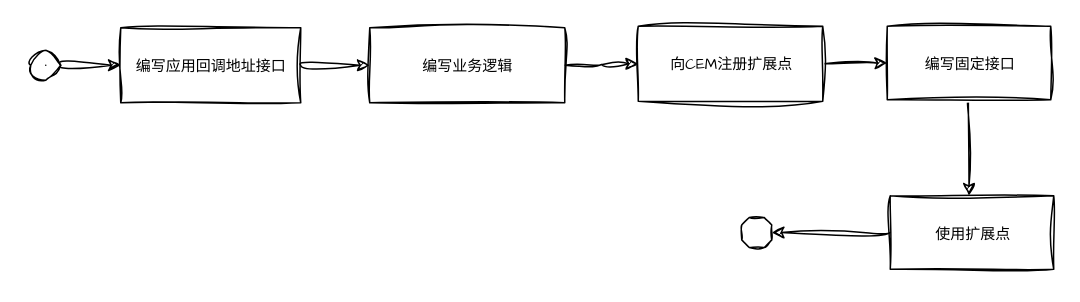
The draw.io diagram image/未命名绘图.drawio in xk11961677/other, before the edit. Source tidied: cells renumbered, new cells numbered last; positions are measured from the earlier drawing's top-left corner, leaving out a move shared by most shapes. Both pictures are drawn from the tidied source at 150%, with x=0, y=0 at pixel (30, 26).
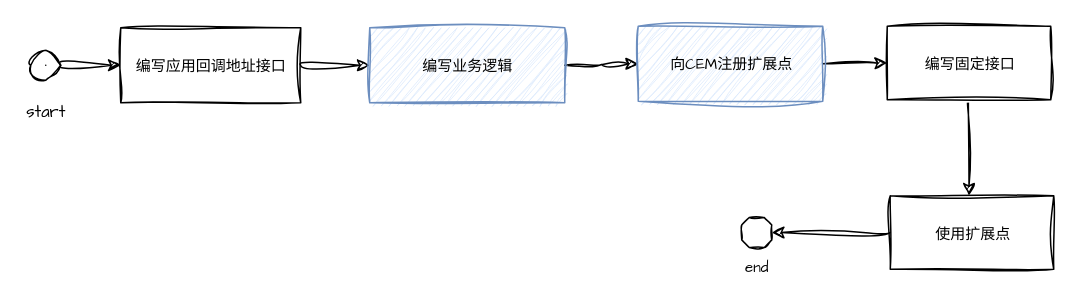
Above is the later version.

Commit message:
更新未命名绘图.drawio

The edit, as a diff of the source:
```diff
@@
 <mxGraphModel>
   <root>
     <mxCell id="0" />
     <mxCell id="1" parent="0" />
     <mxCell id="2" style="edgeStyle=orthogonalEdgeStyle;rounded=0;sketch=1;hachureGap=4;jiggle=2;jettySize=auto;html=1;fontFamily=Architects Daughter;fontSize=10;curved=1;" parent="1" edge="1" source="3" target="5">
       <mxGeometry relative="1" as="geometry" />
     </mxCell>
-    <mxCell id="3" style="verticalLabelPosition=bottom;verticalAlign=top;html=1;shape=mxgraph.basic.donut;dx=25;sketch=1;hachureGap=4;jiggle=2;fontFamily=Architects Daughter;fontSize=20;rounded=0;" parent="1" vertex="1">
+    <mxCell id="3" value="&lt;font style=&quot;font-size: 11px;&quot;&gt;start&lt;/font&gt;" style="verticalLabelPosition=bottom;verticalAlign=top;html=1;shape=mxgraph.basic.donut;dx=25;sketch=1;hachureGap=4;jiggle=2;fontFamily=Architects Daughter;fontSize=20;rounded=0;" parent="1" vertex="1">
       <mxGeometry y="16" width="20" height="20" as="geometry" />
     </mxCell>
     <mxCell id="4" style="edgeStyle=orthogonalEdgeStyle;rounded=0;sketch=1;hachureGap=4;jiggle=2;jettySize=auto;html=1;fontFamily=Architects Daughter;fontSize=10;curved=1;" parent="1" edge="1" source="5" target="7">
       <mxGeometry relative="1" as="geometry" />
     </mxCell>
     <mxCell id="5" value="编写应用回调地址接口" style="verticalLabelPosition=middle;verticalAlign=middle;html=1;shape=mxgraph.basic.rect;fillColor2=none;strokeWidth=1;size=20;indent=5;sketch=1;hachureGap=4;jiggle=2;fontFamily=Architects Daughter;fontSize=10;labelPosition=center;align=center;rounded=0;" parent="1" vertex="1">
       <mxGeometry x="60" y="1" width="120" height="50" as="geometry" />
     </mxCell>
     <mxCell id="6" style="edgeStyle=orthogonalEdgeStyle;rounded=0;sketch=1;hachureGap=4;jiggle=2;jettySize=auto;html=1;fontFamily=Architects Daughter;fontSize=10;curved=1;" parent="1" edge="1" source="7" target="9">
       <mxGeometry relative="1" as="geometry" />
     </mxCell>
-    <mxCell id="7" value="编写业务逻辑" style="verticalLabelPosition=middle;verticalAlign=middle;html=1;shape=mxgraph.basic.rect;fillColor2=none;strokeWidth=1;size=20;indent=5;sketch=1;hachureGap=4;jiggle=2;fontFamily=Architects Daughter;fontSize=10;labelPosition=center;align=center;rounded=0;" parent="1" vertex="1">
+    <mxCell id="7" value="编写业务逻辑" style="verticalLabelPosition=middle;verticalAlign=middle;html=1;shape=mxgraph.basic.rect;fillColor2=none;strokeWidth=1;size=20;indent=5;sketch=1;hachureGap=4;jiggle=2;fontFamily=Architects Daughter;fontSize=10;labelPosition=center;align=center;rounded=0;fillColor=#dae8fc;strokeColor=#6c8ebf;" parent="1" vertex="1">
       <mxGeometry x="226" y="1" width="130" height="50" as="geometry" />
     </mxCell>
     <mxCell id="8" style="edgeStyle=orthogonalEdgeStyle;curved=1;sketch=1;hachureGap=4;jiggle=2;jettySize=auto;html=1;fontFamily=Architects Daughter;fontSize=10;" parent="1" edge="1" source="9" target="14">
       <mxGeometry relative="1" as="geometry" />
     </mxCell>
-    <mxCell id="9" value="向CEM注册扩展点" style="verticalLabelPosition=middle;verticalAlign=middle;html=1;shape=mxgraph.basic.rect;fillColor2=none;strokeWidth=1;size=20;indent=5;sketch=1;hachureGap=4;jiggle=2;fontFamily=Architects Daughter;fontSize=10;labelPosition=center;align=center;rounded=0;" parent="1" vertex="1">
+    <mxCell id="9" value="向CEM注册扩展点" style="verticalLabelPosition=middle;verticalAlign=middle;html=1;shape=mxgraph.basic.rect;fillColor2=none;strokeWidth=1;size=20;indent=5;sketch=1;hachureGap=4;jiggle=2;fontFamily=Architects Daughter;fontSize=10;labelPosition=center;align=center;rounded=0;fillColor=#dae8fc;strokeColor=#6c8ebf;" parent="1" vertex="1">
       <mxGeometry x="405" width="123" height="50" as="geometry" />
     </mxCell>
     <mxCell id="10" style="edgeStyle=orthogonalEdgeStyle;curved=1;sketch=1;hachureGap=4;jiggle=2;jettySize=auto;html=1;fontFamily=Architects Daughter;fontSize=10;" parent="1" edge="1" source="11" target="12">
       <mxGeometry relative="1" as="geometry" />
     </mxCell>
     <mxCell id="11" value="使用扩展点" style="verticalLabelPosition=middle;verticalAlign=middle;html=1;shape=mxgraph.basic.rect;fillColor2=none;strokeWidth=1;size=20;indent=5;sketch=1;hachureGap=4;jiggle=2;fontFamily=Architects Daughter;fontSize=10;labelPosition=center;align=center;rounded=0;" parent="1" vertex="1">
       <mxGeometry x="573" y="113" width="109" height="49" as="geometry" />
     </mxCell>
-    <mxCell id="12" style="verticalLabelPosition=bottom;verticalAlign=top;html=1;shape=mxgraph.basic.polygon;polyCoords=[[0.25,0],[0.75,0],[1,0.25],[1,0.75],[0.75,1],[0.25,1],[0,0.75],[0,0.25]];polyline=0;sketch=1;hachureGap=4;jiggle=2;fontFamily=Architects Daughter;fontSize=10;rounded=0;" parent="1" vertex="1">
+    <mxCell id="12" value="end" style="verticalLabelPosition=bottom;verticalAlign=top;html=1;shape=mxgraph.basic.polygon;polyCoords=[[0.25,0],[0.75,0],[1,0.25],[1,0.75],[0.75,1],[0.25,1],[0,0.75],[0,0.25]];polyline=0;sketch=1;hachureGap=4;jiggle=2;fontFamily=Architects Daughter;fontSize=10;rounded=0;" parent="1" vertex="1">
       <mxGeometry x="474" y="127.5" width="20" height="20" as="geometry" />
     </mxCell>
     <mxCell id="13" style="edgeStyle=orthogonalEdgeStyle;curved=1;sketch=1;hachureGap=4;jiggle=2;jettySize=auto;html=1;fontFamily=Architects Daughter;fontSize=10;" parent="1" edge="1" source="14" target="11">
       <mxGeometry relative="1" as="geometry">
         <Array as="points">
           <mxPoint x="633" y="142" />
         </Array>
       </mxGeometry>
     </mxCell>
     <mxCell id="14" value="编写固定接口" style="verticalLabelPosition=middle;verticalAlign=middle;html=1;shape=mxgraph.basic.rect;fillColor2=none;strokeWidth=1;size=20;indent=5;sketch=1;hachureGap=4;jiggle=2;fontFamily=Architects Daughter;fontSize=10;labelPosition=center;align=center;rounded=0;" parent="1" vertex="1">
       <mxGeometry x="571" width="109" height="49" as="geometry" />
     </mxCell>
   </root>
 </mxGraphModel>
```
